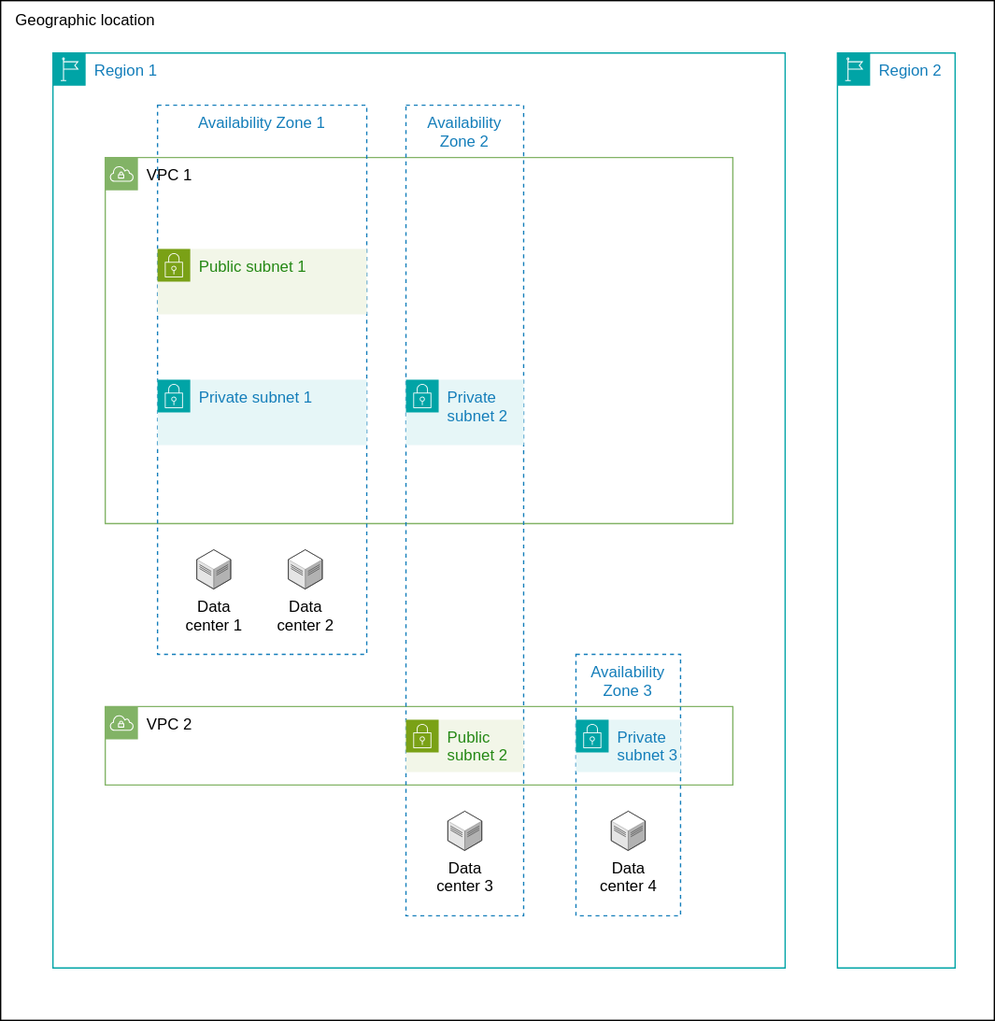
vikchupak/AWS keeps this draw.io diagram as network/diagrams/networkInfrastructure.drawio.svg. Above is the earlier version. Source tidied: cells renumbered, new cells last; positions are measured from the earlier drawing's top-left corner, leaving out a move shared by most shapes.
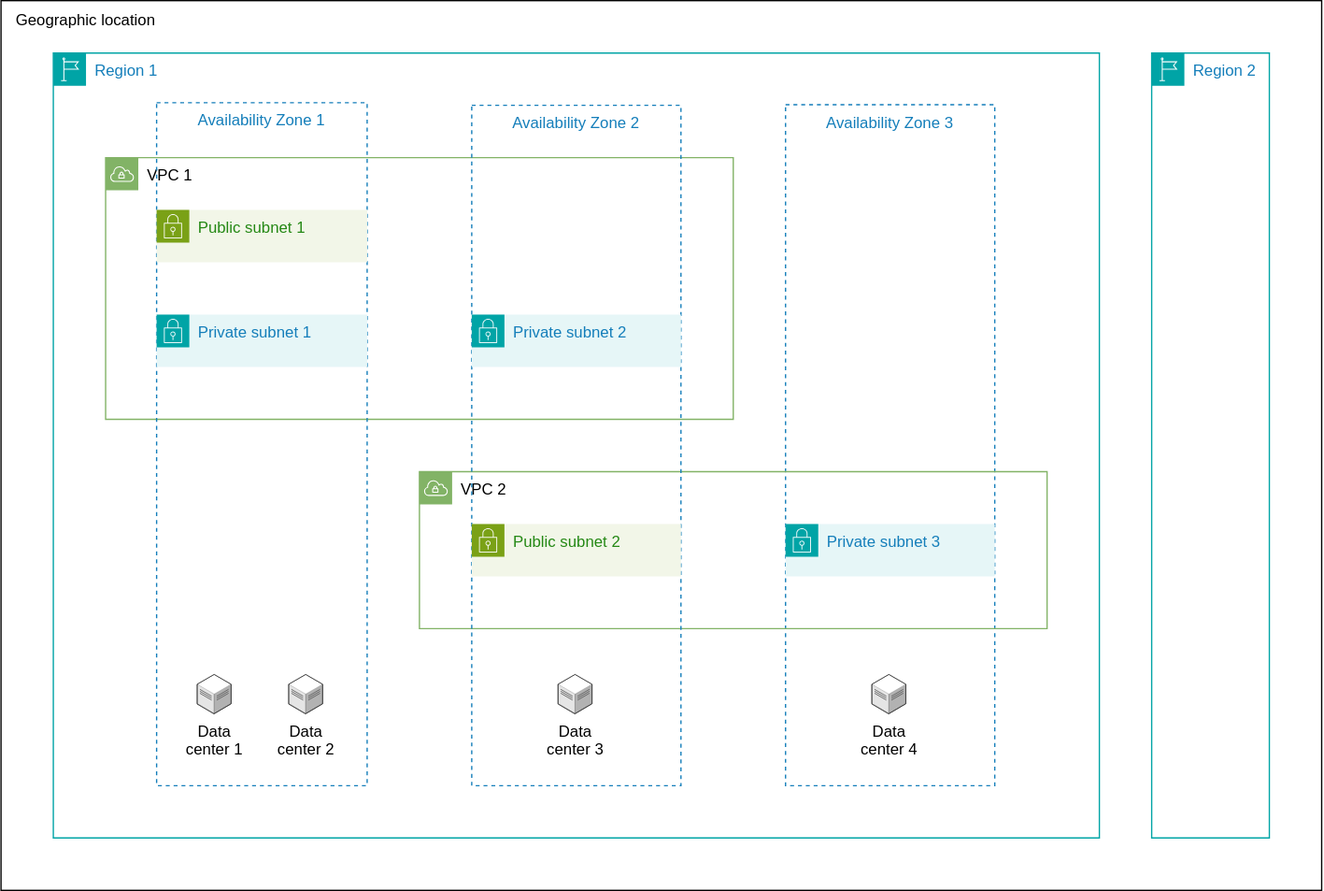
Above is the later version.

Diff of the diagram source:
```diff
@@ -3,55 +3,55 @@
     <mxCell id="0" />
     <mxCell id="1" parent="0" />
     <mxCell id="2" style="rounded=0;whiteSpace=wrap;html=1;fillColor=none;align=left;" parent="1" vertex="1">
-      <mxGeometry width="760" height="780" as="geometry" />
+      <mxGeometry width="1010" height="680" as="geometry" />
     </mxCell>
+    <mxCell id="8" value="Availability Zone 3" style="fillColor=none;strokeColor=#147EBA;dashed=1;verticalAlign=top;fontStyle=0;fontColor=#147EBA;whiteSpace=wrap;html=1;" parent="1" vertex="1">
+      <mxGeometry x="600" y="79.5" width="160" height="520.5" as="geometry" />
+    </mxCell>
     <mxCell id="3" value="Region 1" style="gradientColor=none;html=1;whiteSpace=wrap;fontSize=12;fontStyle=0;shape=mxgraph.aws4.group;grIcon=mxgraph.aws4.group_region;strokeColor=#00A4A6;fillColor=none;verticalAlign=top;align=left;spacingLeft=30;fontColor=#147EBA;" parent="1" vertex="1">
-      <mxGeometry x="40" y="40" width="560" height="700" as="geometry" />
+      <mxGeometry x="40" y="40" width="800" height="600" as="geometry" />
     </mxCell>
     <mxCell id="4" value="VPC 1" style="sketch=0;html=1;whiteSpace=wrap;fontSize=12;fontStyle=0;shape=mxgraph.aws4.group;grIcon=mxgraph.aws4.group_vpc;strokeColor=#82b366;fillColor=none;verticalAlign=top;align=left;spacingLeft=30;dashed=0;" parent="3" vertex="1">
-      <mxGeometry x="40" y="80" width="480" height="280" as="geometry" />
+      <mxGeometry x="40" y="80" width="480" height="200" as="geometry" />
     </mxCell>
     <mxCell id="5" value="VPC 2" style="sketch=0;html=1;whiteSpace=wrap;fontSize=12;fontStyle=0;shape=mxgraph.aws4.group;grIcon=mxgraph.aws4.group_vpc;strokeColor=#82b366;fillColor=none;verticalAlign=top;align=left;spacingLeft=30;dashed=0;" parent="3" vertex="1">
-      <mxGeometry x="40" y="500" width="480" height="60" as="geometry" />
+      <mxGeometry x="280" y="320" width="480" height="120" as="geometry" />
     </mxCell>
     <mxCell id="6" value="Availability Zone 1" style="fillColor=none;strokeColor=#147EBA;dashed=1;verticalAlign=top;fontStyle=0;fontColor=#147EBA;whiteSpace=wrap;html=1;" parent="3" vertex="1">
-      <mxGeometry x="80" y="40" width="160" height="420" as="geometry" />
+      <mxGeometry x="79" y="38" width="161" height="522" as="geometry" />
     </mxCell>
-    <mxCell id="7" value="Availability&lt;br&gt;Zone 2" style="fillColor=none;strokeColor=#147EBA;dashed=1;verticalAlign=top;fontStyle=0;fontColor=#147EBA;whiteSpace=wrap;html=1;" parent="3" vertex="1">
-      <mxGeometry x="270" y="40" width="90" height="620" as="geometry" />
+    <mxCell id="7" value="Availability Zone 2" style="fillColor=none;strokeColor=#147EBA;dashed=1;verticalAlign=top;fontStyle=0;fontColor=#147EBA;whiteSpace=wrap;html=1;" parent="3" vertex="1">
+      <mxGeometry x="320" y="40" width="160" height="520" as="geometry" />
     </mxCell>
-    <mxCell id="8" value="Availability Zone 3" style="fillColor=none;strokeColor=#147EBA;dashed=1;verticalAlign=top;fontStyle=0;fontColor=#147EBA;whiteSpace=wrap;html=1;" parent="3" vertex="1">
-      <mxGeometry x="400" y="460" width="80" height="200" as="geometry" />
-    </mxCell>
     <mxCell id="9" value="Public subnet 1" style="gradientColor=none;html=1;whiteSpace=wrap;fontSize=12;fontStyle=0;shape=mxgraph.aws4.group;grIcon=mxgraph.aws4.group_security_group;grStroke=0;strokeColor=#7AA116;fillColor=#F2F6E8;verticalAlign=top;align=left;spacingLeft=30;fontColor=#248814;dashed=0;" parent="3" vertex="1">
-      <mxGeometry x="80" y="150" width="160" height="50" as="geometry" />
+      <mxGeometry x="79" y="120" width="161" height="40" as="geometry" />
     </mxCell>
     <mxCell id="10" value="Private subnet 1" style="gradientColor=none;html=1;whiteSpace=wrap;fontSize=12;fontStyle=0;shape=mxgraph.aws4.group;grIcon=mxgraph.aws4.group_security_group;grStroke=0;strokeColor=#00A4A6;fillColor=#E6F6F7;verticalAlign=top;align=left;spacingLeft=30;fontColor=#147EBA;dashed=0;" parent="3" vertex="1">
-      <mxGeometry x="80" y="250" width="160" height="50" as="geometry" />
+      <mxGeometry x="79" y="200" width="161" height="40" as="geometry" />
     </mxCell>
     <mxCell id="11" value="Data&lt;br&gt;center 1" style="verticalLabelPosition=bottom;html=1;verticalAlign=top;strokeWidth=1;align=center;dashed=0;shape=mxgraph.aws3d.dataCenter;strokeColor=#5E5E5E;" parent="3" vertex="1">
-      <mxGeometry x="110" y="380" width="26" height="30" as="geometry" />
+      <mxGeometry x="110" y="475" width="26" height="30" as="geometry" />
     </mxCell>
     <mxCell id="12" value="Data&lt;br&gt;center 2" style="verticalLabelPosition=bottom;html=1;verticalAlign=top;strokeWidth=1;align=center;dashed=0;shape=mxgraph.aws3d.dataCenter;strokeColor=#5E5E5E;" parent="3" vertex="1">
-      <mxGeometry x="180" y="380" width="26" height="30" as="geometry" />
+      <mxGeometry x="180" y="475" width="26" height="30" as="geometry" />
     </mxCell>
     <mxCell id="13" value="Private subnet 2" style="gradientColor=none;html=1;whiteSpace=wrap;fontSize=12;fontStyle=0;shape=mxgraph.aws4.group;grIcon=mxgraph.aws4.group_security_group;grStroke=0;strokeColor=#00A4A6;fillColor=#E6F6F7;verticalAlign=top;align=left;spacingLeft=30;fontColor=#147EBA;dashed=0;" parent="3" vertex="1">
-      <mxGeometry x="270" y="250" width="90" height="50" as="geometry" />
+      <mxGeometry x="320" y="200" width="160" height="40" as="geometry" />
     </mxCell>
     <mxCell id="14" value="Data&lt;br&gt;center 3" style="verticalLabelPosition=bottom;html=1;verticalAlign=top;strokeWidth=1;align=center;dashed=0;shape=mxgraph.aws3d.dataCenter;strokeColor=#5E5E5E;" parent="3" vertex="1">
-      <mxGeometry x="302" y="580" width="26" height="30" as="geometry" />
+      <mxGeometry x="386" y="475" width="26" height="30" as="geometry" />
     </mxCell>
     <mxCell id="15" value="Data&lt;br&gt;center 4" style="verticalLabelPosition=bottom;html=1;verticalAlign=top;strokeWidth=1;align=center;dashed=0;shape=mxgraph.aws3d.dataCenter;strokeColor=#5E5E5E;" parent="3" vertex="1">
-      <mxGeometry x="427" y="580" width="26" height="30" as="geometry" />
+      <mxGeometry x="626" y="475" width="26" height="30" as="geometry" />
     </mxCell>
     <mxCell id="16" value="Public subnet 2" style="gradientColor=none;html=1;whiteSpace=wrap;fontSize=12;fontStyle=0;shape=mxgraph.aws4.group;grIcon=mxgraph.aws4.group_security_group;grStroke=0;strokeColor=#7AA116;fillColor=#F2F6E8;verticalAlign=top;align=left;spacingLeft=30;fontColor=#248814;dashed=0;" parent="3" vertex="1">
-      <mxGeometry x="270" y="510" width="90" height="40" as="geometry" />
+      <mxGeometry x="320" y="360" width="160" height="40" as="geometry" />
     </mxCell>
     <mxCell id="17" value="Private subnet 3" style="gradientColor=none;html=1;whiteSpace=wrap;fontSize=12;fontStyle=0;shape=mxgraph.aws4.group;grIcon=mxgraph.aws4.group_security_group;grStroke=0;strokeColor=#00A4A6;fillColor=#E6F6F7;verticalAlign=top;align=left;spacingLeft=30;fontColor=#147EBA;dashed=0;" parent="3" vertex="1">
-      <mxGeometry x="400" y="510" width="80" height="40" as="geometry" />
+      <mxGeometry x="560" y="360" width="160" height="40" as="geometry" />
     </mxCell>
     <mxCell id="18" value="Region 2" style="gradientColor=none;html=1;whiteSpace=wrap;fontSize=12;fontStyle=0;shape=mxgraph.aws4.group;grIcon=mxgraph.aws4.group_region;strokeColor=#00A4A6;fillColor=none;verticalAlign=top;align=left;spacingLeft=30;fontColor=#147EBA;" parent="1" vertex="1">
-      <mxGeometry x="640" y="40" width="90" height="700" as="geometry" />
+      <mxGeometry x="880" y="40" width="90" height="600" as="geometry" />
     </mxCell>
     <mxCell id="19" value="Geographic location" style="text;html=1;align=center;verticalAlign=middle;whiteSpace=wrap;rounded=0;" parent="1" vertex="1">
       <mxGeometry width="130" height="30" as="geometry" />
```
